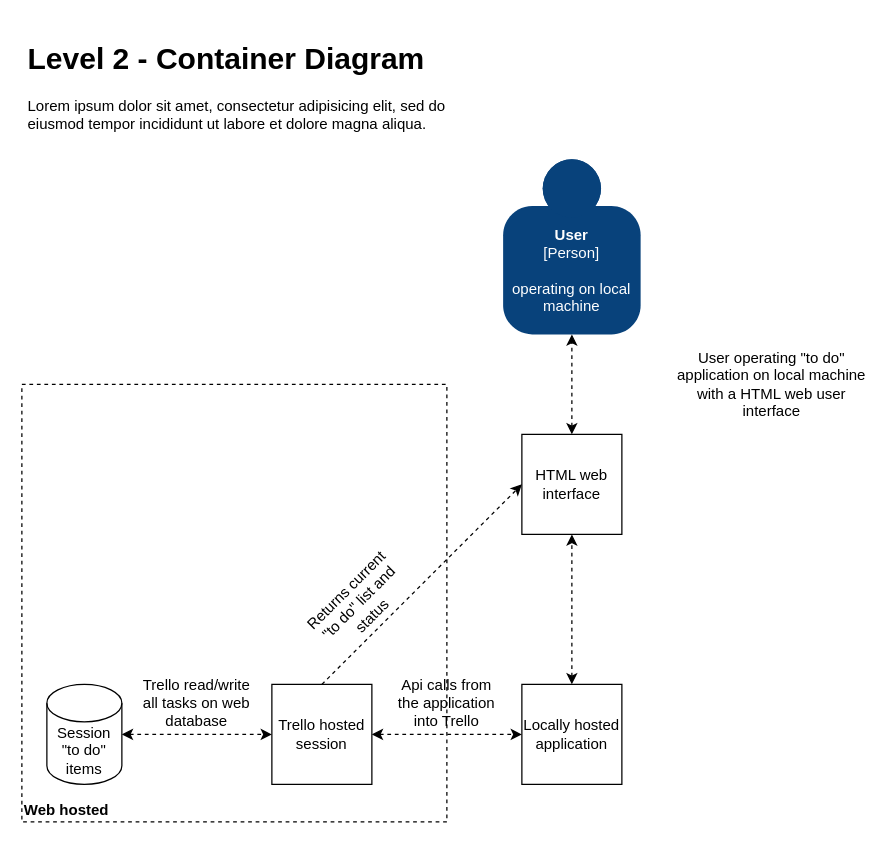
Above: documentation/Level 2 - Container.drawio in CorndelWithSoftwire/DevOps-Course-Starter (draw.io), before the change. Source tidied: cells renumbered, new cells numbered last; positions are measured from the earlier drawing's top-left corner, leaving out a move shared by most shapes. Both pictures are drawn from the tidied source at 125%, with x=0, y=0 at pixel (21, 34).
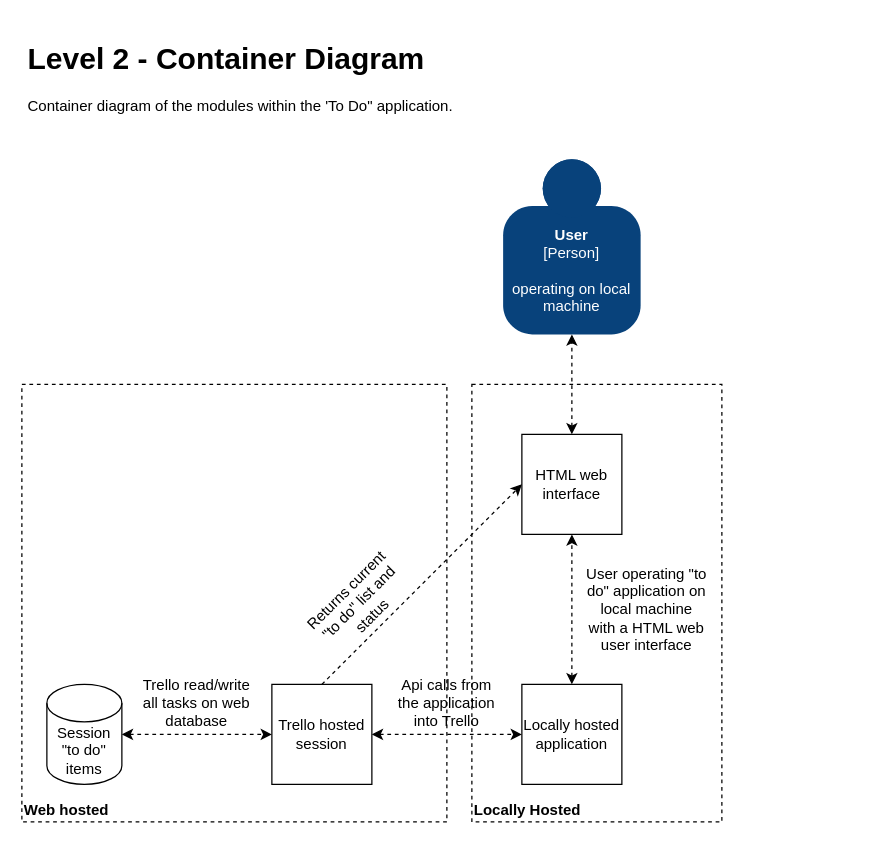
The same diagram, later.

The edit, as a diff of the source:
```diff
@@
-    <mxCell id="3" value="&lt;h1&gt;Level 2 - Container Diagram&lt;/h1&gt;&lt;p&gt;Lorem ipsum dolor sit amet, consectetur adipisicing elit, sed do eiusmod tempor incididunt ut labore et dolore magna aliqua.&lt;/p&gt;" style="text;html=1;strokeColor=none;fillColor=none;spacing=5;spacingTop=-20;whiteSpace=wrap;overflow=hidden;rounded=0;" parent="1" vertex="1">
+    <mxCell id="3" value="&lt;h1&gt;Level 2 - Container Diagram&lt;/h1&gt;&lt;p&gt;Container diagram of the modules within the 'To Do&quot; application.&amp;nbsp;&amp;nbsp;&lt;/p&gt;" style="text;html=1;strokeColor=none;fillColor=none;spacing=5;spacingTop=-20;whiteSpace=wrap;overflow=hidden;rounded=0;" parent="1" vertex="1">
       <mxGeometry width="360" height="120" as="geometry" />
     </mxCell>
@@
     <mxCell id="15" value="User operating &quot;to do&quot; application on local machine with a HTML web user interface" style="text;html=1;strokeColor=none;fillColor=none;align=center;verticalAlign=middle;whiteSpace=wrap;rounded=0;" parent="1" vertex="1">
-      <mxGeometry x="520" y="240" width="160" height="80" as="geometry" />
+      <mxGeometry x="450" y="400" width="100" height="120" as="geometry" />
     </mxCell>
@@
+    <mxCell id="18" value="Locally Hosted" style="rounded=0;whiteSpace=wrap;html=1;fillColor=none;dashed=1;verticalAlign=bottom;align=left;fontStyle=1;" parent="1" vertex="1">
+      <mxGeometry x="360" y="280" width="200" height="350" as="geometry" />
+    </mxCell>
```
